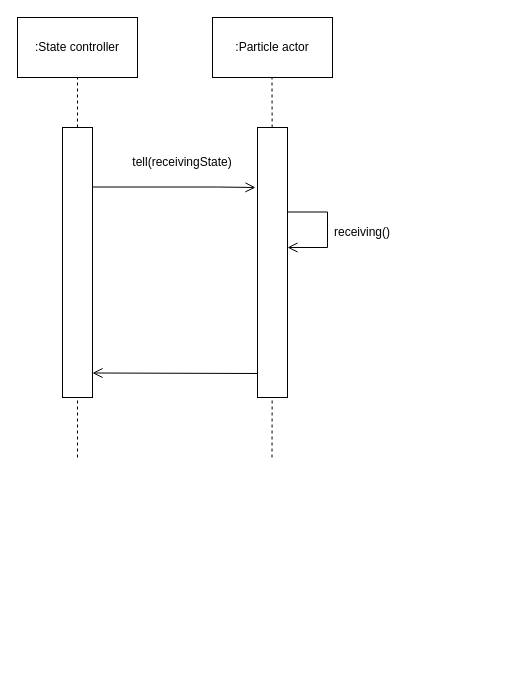
vanelopethecoder/som-basic keeps this draw.io diagram as particlesInReceiving.drawio. Above is the earlier version. Source tidied: cells renumbered, new cells numbered last; positions are measured from the earlier drawing's top-left corner, leaving out a move shared by most shapes. Both pictures are drawn from the tidied source at 100%, with x=0, y=0 at pixel (17, 17).
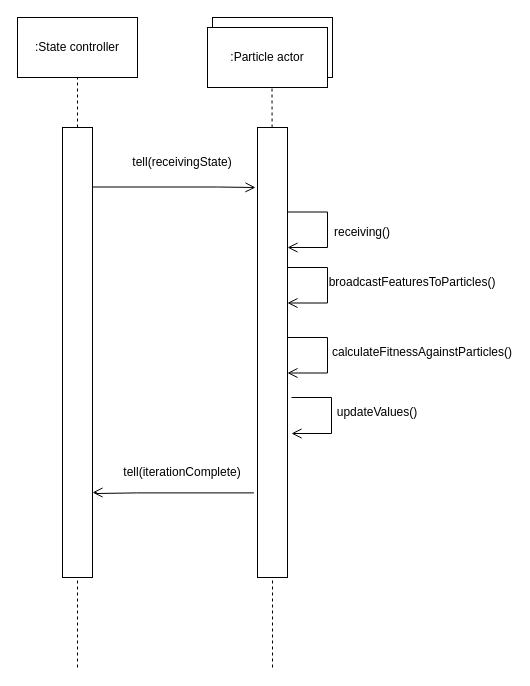
The same page after the edit.

The edit, as a diff of the source:
```diff
@@
     <mxCell id="6" style="rounded=0;whiteSpace=wrap;html=1;" parent="1" vertex="1">
-      <mxGeometry x="45" y="110" width="30" height="270" as="geometry" />
+      <mxGeometry x="45" y="110" width="30" height="450" as="geometry" />
     </mxCell>
     <mxCell id="7" style="endArrow=none;dashed=1;html=1;rounded=0;" parent="1" edge="1" target="6">
       <mxGeometry relative="1" as="geometry">
-        <mxPoint x="60" y="440" as="sourcePoint" />
+        <mxPoint x="60" y="650" as="sourcePoint" />
       </mxGeometry>
     </mxCell>
     <mxCell id="8" style="rounded=0;whiteSpace=wrap;html=1;" parent="1" vertex="1">
-      <mxGeometry x="240" y="110" width="30" height="270" as="geometry" />
+      <mxGeometry x="240" y="110" width="30" height="450" as="geometry" />
     </mxCell>
     <mxCell id="9" style="endArrow=none;dashed=1;html=1;rounded=0;" parent="1" edge="1" target="8">
       <mxGeometry relative="1" as="geometry">
-        <mxPoint x="254.5" y="440" as="sourcePoint" />
+        <mxPoint x="255" y="650" as="sourcePoint" />
       </mxGeometry>
     </mxCell>
@@
-    <mxCell id="14" style="edgeStyle=orthogonalEdgeStyle;html=1;verticalAlign=bottom;endArrow=open;endSize=8;strokeColor=#000000;rounded=0;" parent="1" edge="1">
-      <mxGeometry relative="1" as="geometry">
-        <mxPoint x="237" y="356" as="sourcePoint" />
-        <mxPoint x="75" y="355.5" as="targetPoint" />
-        <Array as="points">
-          <mxPoint x="240" y="356" />
-          <mxPoint x="237" y="356" />
-        </Array>
-      </mxGeometry>
-    </mxCell>
+    <mxCell id="15" value=":Particle actor" style="rounded=0;whiteSpace=wrap;html=1;" parent="1" vertex="1">
+      <mxGeometry x="190" y="10" width="120" height="60" as="geometry" />
+    </mxCell>
+    <mxCell id="16" style="edgeStyle=orthogonalEdgeStyle;html=1;verticalAlign=bottom;endArrow=open;endSize=8;strokeColor=#000000;rounded=0;exitX=0.952;exitY=0.619;exitDx=0;exitDy=0;exitPerimeter=0;" parent="1" edge="1">
+      <mxGeometry relative="1" as="geometry">
+        <mxPoint x="270" y="250" as="sourcePoint" />
+        <mxPoint x="270" y="285.5" as="targetPoint" />
+        <Array as="points">
+          <mxPoint x="310" y="250.5" />
+          <mxPoint x="310" y="285.5" />
+          <mxPoint x="270" y="285.5" />
+        </Array>
+      </mxGeometry>
+    </mxCell>
+    <mxCell id="17" value="broadcastFeaturesToParticles()" style="text;html=1;strokeColor=none;fillColor=none;align=center;verticalAlign=middle;whiteSpace=wrap;rounded=0;" parent="1" vertex="1">
+      <mxGeometry x="360" y="250" width="70" height="30" as="geometry" />
+    </mxCell>
+    <mxCell id="18" style="edgeStyle=orthogonalEdgeStyle;html=1;verticalAlign=bottom;endArrow=open;endSize=8;strokeColor=#000000;rounded=0;exitX=0.952;exitY=0.619;exitDx=0;exitDy=0;exitPerimeter=0;" parent="1" edge="1">
+      <mxGeometry relative="1" as="geometry">
+        <mxPoint x="270" y="320" as="sourcePoint" />
+        <mxPoint x="270" y="355.5" as="targetPoint" />
+        <Array as="points">
+          <mxPoint x="310" y="320.5" />
+          <mxPoint x="310" y="355.5" />
+          <mxPoint x="270" y="355.5" />
+        </Array>
+      </mxGeometry>
+    </mxCell>
+    <mxCell id="19" value="calculateFitnessAgainstParticles()" style="text;html=1;strokeColor=none;fillColor=none;align=center;verticalAlign=middle;whiteSpace=wrap;rounded=0;" parent="1" vertex="1">
+      <mxGeometry x="360" y="320" width="90" height="30" as="geometry" />
+    </mxCell>
+    <mxCell id="20" style="edgeStyle=orthogonalEdgeStyle;html=1;verticalAlign=bottom;endArrow=open;endSize=8;strokeColor=#000000;rounded=0;exitX=0.952;exitY=0.619;exitDx=0;exitDy=0;exitPerimeter=0;" parent="1" edge="1">
+      <mxGeometry relative="1" as="geometry">
+        <mxPoint x="274" y="380" as="sourcePoint" />
+        <mxPoint x="274" y="416" as="targetPoint" />
+        <Array as="points">
+          <mxPoint x="314" y="380" />
+          <mxPoint x="314" y="416" />
+          <mxPoint x="275" y="416" />
+        </Array>
+      </mxGeometry>
+    </mxCell>
+    <mxCell id="21" value="updateValues()" style="text;html=1;strokeColor=none;fillColor=none;align=center;verticalAlign=middle;whiteSpace=wrap;rounded=0;" parent="1" vertex="1">
+      <mxGeometry x="315" y="380" width="90" height="30" as="geometry" />
+    </mxCell>
+    <mxCell id="22" style="edgeStyle=orthogonalEdgeStyle;html=1;verticalAlign=bottom;endArrow=open;endSize=8;strokeColor=#000000;rounded=0;entryX=1;entryY=0.782;entryDx=0;entryDy=0;entryPerimeter=0;exitX=-0.12;exitY=0.812;exitDx=0;exitDy=0;exitPerimeter=0;" parent="1" edge="1" source="8">
+      <mxGeometry relative="1" as="geometry">
+        <mxPoint x="75" y="475" as="targetPoint" />
+        <Array as="points">
+          <mxPoint x="119" y="475" />
+          <mxPoint x="119" y="476" />
+          <mxPoint x="79" y="476" />
+          <mxPoint x="79" y="475" />
+        </Array>
+      </mxGeometry>
+    </mxCell>
+    <mxCell id="23" value="tell(iterationComplete)" style="text;html=1;strokeColor=none;fillColor=none;align=center;verticalAlign=middle;whiteSpace=wrap;rounded=0;" parent="1" vertex="1">
+      <mxGeometry x="120" y="440" width="90" height="30" as="geometry" />
+    </mxCell>
```
